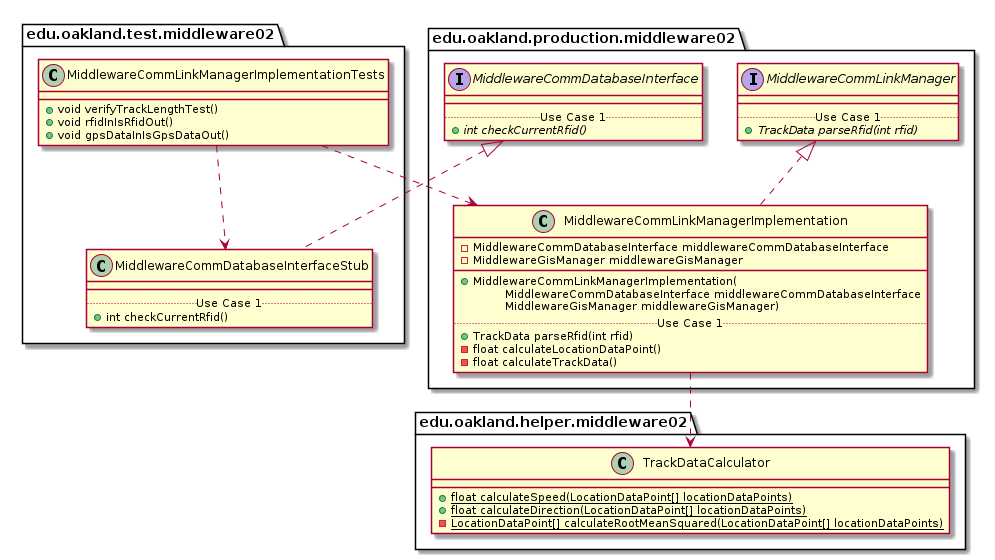
The PlantUML diagram docs/uml-class-diagrams/middleware02/test/MiddlewareCommLinkManagerImplementationTests/MiddlewareCommLinkManagerImplementationTests_Closure.png in andrewdimmer/csi-3370-software-project, before a commit.
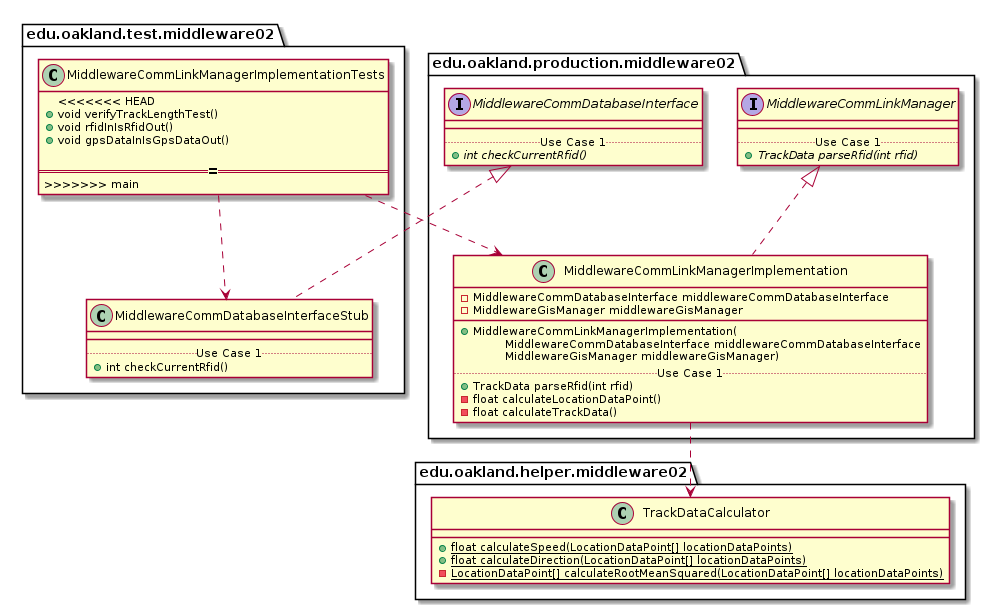
The same diagram one commit later.

The edit, as a diff of the source:
```diff
@@ -3,10 +3,13 @@
 
 package edu.oakland.test.middleware02 {
     class MiddlewareCommLinkManagerImplementationTests {
+<<<<<<< HEAD
       + void verifyTrackLengthTest()
       + void rfidInIsRfidOut()
       + void gpsDataInIsGpsDataOut()
 
+=======
+>>>>>>> main
     }
 }
 
```
